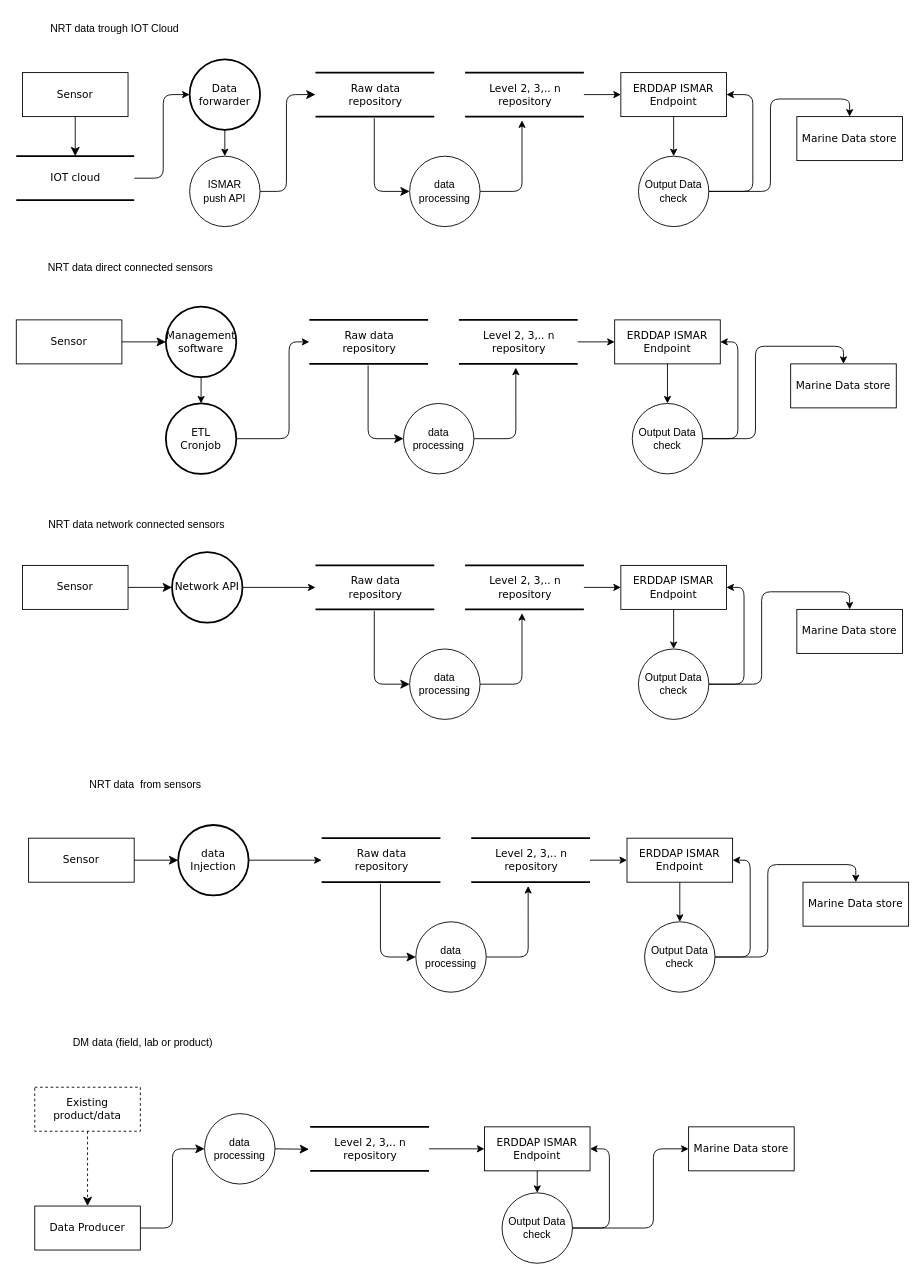
Earlier version of the draw.io diagram danubius_dataflow.drawio (amefad/diagramsnet). Source tidied: cells renumbered, new cells numbered last; positions are measured from the earlier drawing's top-left corner, leaving out a move shared by most shapes. Both pictures are drawn from the tidied source at 88%, with x=0, y=0 at pixel (16, 15).
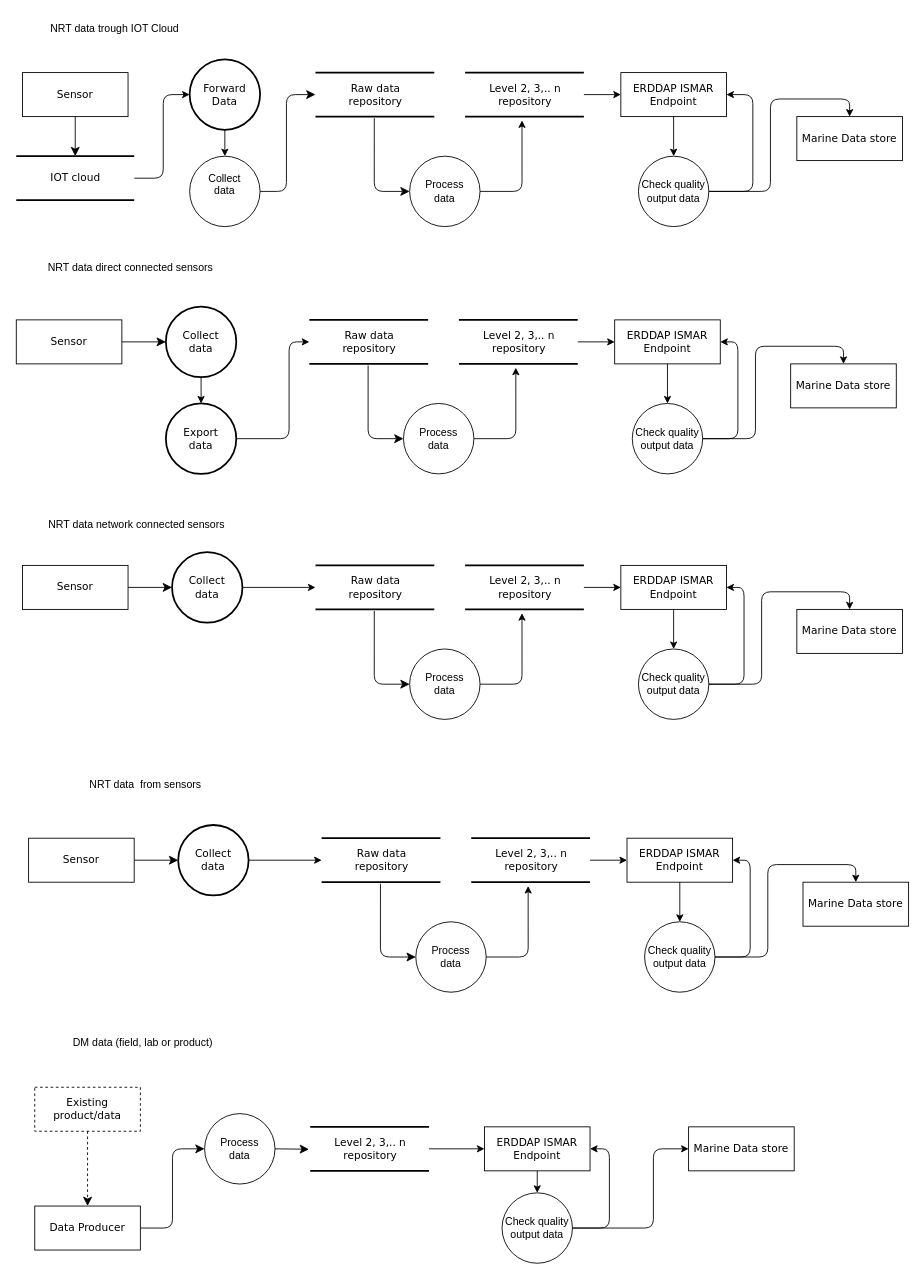
Above is the later version.

What changed in the source:
```diff
@@
-    <mxCell id="9" value="&lt;div&gt;ISMAR&lt;/div&gt;&lt;div&gt;push API&lt;br&gt;&lt;/div&gt;" style="ellipse;whiteSpace=wrap;html=1;" parent="1" vertex="1">
+    <mxCell id="9" value="&lt;div&gt;Collect&lt;/div&gt;&lt;div&gt;data&lt;/div&gt;&lt;div&gt;&lt;br&gt;&lt;/div&gt;" style="ellipse;whiteSpace=wrap;html=1;" parent="1" vertex="1">
       <mxGeometry x="197" y="160" width="80" height="80" as="geometry" />
     </mxCell>
-    <mxCell id="10" value="Data forwarder" style="ellipse;whiteSpace=wrap;html=1;fontFamily=Verdana;rounded=0;shadow=0;comic=0;labelBackgroundColor=none;strokeWidth=2;" parent="1" vertex="1">
+    <mxCell id="10" value="Forward Data" style="ellipse;whiteSpace=wrap;html=1;fontFamily=Verdana;rounded=0;shadow=0;comic=0;labelBackgroundColor=none;strokeWidth=2;" parent="1" vertex="1">
       <mxGeometry x="197" y="50" width="80" height="80" as="geometry" />
     </mxCell>
@@
-    <mxCell id="14" value="data processing" style="ellipse;whiteSpace=wrap;html=1;" parent="1" vertex="1">
+    <mxCell id="14" value="&lt;div&gt;Process&lt;/div&gt;&lt;div&gt;data&lt;br&gt;&lt;/div&gt;" style="ellipse;whiteSpace=wrap;html=1;" parent="1" vertex="1">
       <mxGeometry x="447" y="160" width="80" height="80" as="geometry" />
     </mxCell>
@@
-    <mxCell id="21" value="Output Data check" style="ellipse;whiteSpace=wrap;html=1;flipV=0;" parent="1" vertex="1">
+    <mxCell id="21" value="Check quality output data" style="ellipse;whiteSpace=wrap;html=1;flipV=0;" parent="1" vertex="1">
       <mxGeometry x="707" y="160" width="80" height="80" as="geometry" />
     </mxCell>
@@
-    <mxCell id="29" value="Management software" style="ellipse;whiteSpace=wrap;html=1;fontFamily=Verdana;rounded=0;shadow=0;comic=0;labelBackgroundColor=none;strokeWidth=2;" parent="1" vertex="1">
+    <mxCell id="29" value="&lt;div&gt;Collect&lt;/div&gt;&lt;div&gt;data&lt;br&gt;&lt;/div&gt;" style="ellipse;whiteSpace=wrap;html=1;fontFamily=Verdana;rounded=0;shadow=0;comic=0;labelBackgroundColor=none;strokeWidth=2;" parent="1" vertex="1">
       <mxGeometry x="170" y="331" width="80" height="80" as="geometry" />
     </mxCell>
@@
-    <mxCell id="33" value="data processing" style="ellipse;whiteSpace=wrap;html=1;" parent="1" vertex="1">
+    <mxCell id="33" value="&lt;div&gt;Process&lt;/div&gt;&lt;div&gt;data&lt;br&gt;&lt;/div&gt;" style="ellipse;whiteSpace=wrap;html=1;" parent="1" vertex="1">
       <mxGeometry x="440" y="441" width="80" height="80" as="geometry" />
     </mxCell>
@@
-    <mxCell id="37" value="Output Data check" style="ellipse;whiteSpace=wrap;html=1;flipV=0;" parent="1" vertex="1">
+    <mxCell id="37" value="&lt;div&gt;Check quality output data&lt;br&gt;&lt;/div&gt;" style="ellipse;whiteSpace=wrap;html=1;flipV=0;" parent="1" vertex="1">
       <mxGeometry x="700" y="441" width="80" height="80" as="geometry" />
     </mxCell>
@@
-    <mxCell id="41" value="ETL&lt;br&gt; Cronjob" style="ellipse;whiteSpace=wrap;html=1;fontFamily=Verdana;rounded=0;shadow=0;comic=0;labelBackgroundColor=none;strokeWidth=2;" parent="1" vertex="1">
+    <mxCell id="41" value="&lt;div&gt;Export&lt;/div&gt;&lt;div&gt;data&lt;br&gt;&lt;/div&gt;" style="ellipse;whiteSpace=wrap;html=1;fontFamily=Verdana;rounded=0;shadow=0;comic=0;labelBackgroundColor=none;strokeWidth=2;" parent="1" vertex="1">
       <mxGeometry x="170" y="441" width="80" height="80" as="geometry" />
     </mxCell>
@@
-    <mxCell id="47" value="Network API" style="ellipse;whiteSpace=wrap;html=1;fontFamily=Verdana;rounded=0;shadow=0;comic=0;labelBackgroundColor=none;strokeWidth=2;" parent="1" vertex="1">
+    <mxCell id="47" value="&lt;div&gt;Collect &lt;br&gt;data&lt;/div&gt;" style="ellipse;whiteSpace=wrap;html=1;fontFamily=Verdana;rounded=0;shadow=0;comic=0;labelBackgroundColor=none;strokeWidth=2;" parent="1" vertex="1">
       <mxGeometry x="177" y="610" width="80" height="80" as="geometry" />
     </mxCell>
@@
-    <mxCell id="51" value="data processing" style="ellipse;whiteSpace=wrap;html=1;" parent="1" vertex="1">
+    <mxCell id="51" value="&lt;div&gt;Process&lt;/div&gt;&lt;div&gt;data&lt;br&gt;&lt;/div&gt;" style="ellipse;whiteSpace=wrap;html=1;" parent="1" vertex="1">
       <mxGeometry x="447" y="720" width="80" height="80" as="geometry" />
     </mxCell>
@@
-    <mxCell id="55" value="Output Data check" style="ellipse;whiteSpace=wrap;html=1;flipV=0;" parent="1" vertex="1">
+    <mxCell id="55" value="&lt;div&gt;Check quality output data&lt;br&gt;&lt;/div&gt;" style="ellipse;whiteSpace=wrap;html=1;flipV=0;" parent="1" vertex="1">
       <mxGeometry x="707" y="720" width="80" height="80" as="geometry" />
     </mxCell>
@@
-    <mxCell id="66" value="Output Data check" style="ellipse;whiteSpace=wrap;html=1;flipV=0;" parent="1" vertex="1">
+    <mxCell id="66" value="&lt;div&gt;Check quality output data&lt;br&gt;&lt;/div&gt;" style="ellipse;whiteSpace=wrap;html=1;flipV=0;" parent="1" vertex="1">
       <mxGeometry x="552" y="1338" width="80" height="80" as="geometry" />
     </mxCell>
@@
-    <mxCell id="70" value="data processing" style="ellipse;whiteSpace=wrap;html=1;" parent="1" vertex="1">
+    <mxCell id="70" value="&lt;div&gt;Process&lt;/div&gt;&lt;div&gt;data&lt;br&gt;&lt;/div&gt;" style="ellipse;whiteSpace=wrap;html=1;" parent="1" vertex="1">
       <mxGeometry x="214" y="1248" width="80" height="80" as="geometry" />
     </mxCell>
@@
-    <mxCell id="77" value="data Injection" style="ellipse;whiteSpace=wrap;html=1;fontFamily=Verdana;rounded=0;shadow=0;comic=0;labelBackgroundColor=none;strokeWidth=2;" parent="1" vertex="1">
+    <mxCell id="77" value="&lt;div&gt;Collect &lt;br&gt;data&lt;/div&gt;" style="ellipse;whiteSpace=wrap;html=1;fontFamily=Verdana;rounded=0;shadow=0;comic=0;labelBackgroundColor=none;strokeWidth=2;" parent="1" vertex="1">
       <mxGeometry x="184" y="920" width="80" height="80" as="geometry" />
     </mxCell>
@@
-    <mxCell id="81" value="data processing" style="ellipse;whiteSpace=wrap;html=1;" parent="1" vertex="1">
+    <mxCell id="81" value="&lt;div&gt;Process&lt;/div&gt;&lt;div&gt;data&lt;br&gt;&lt;/div&gt;" style="ellipse;whiteSpace=wrap;html=1;" parent="1" vertex="1">
       <mxGeometry x="454" y="1030" width="80" height="80" as="geometry" />
     </mxCell>
@@
-    <mxCell id="85" value="Output Data check" style="ellipse;whiteSpace=wrap;html=1;flipV=0;" parent="1" vertex="1">
+    <mxCell id="85" value="&lt;div&gt;Check quality output data&lt;br&gt;&lt;/div&gt;" style="ellipse;whiteSpace=wrap;html=1;flipV=0;" parent="1" vertex="1">
       <mxGeometry x="714" y="1030" width="80" height="80" as="geometry" />
     </mxCell>
```
